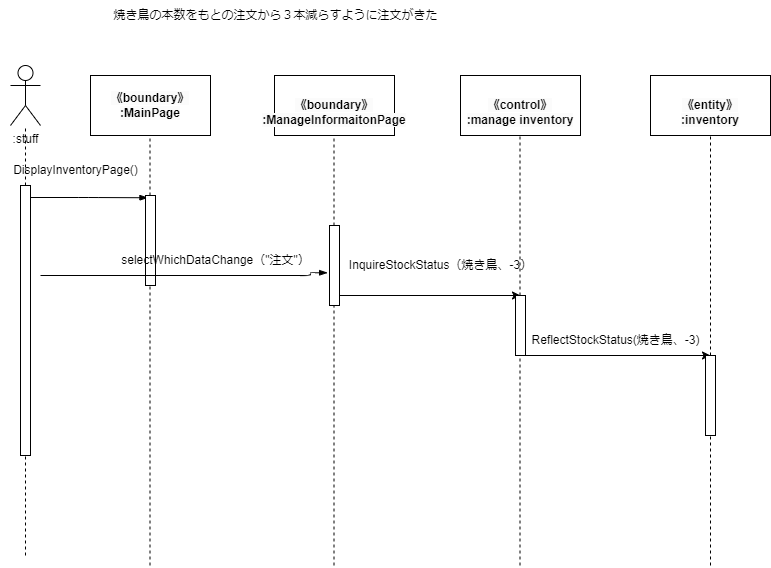
MasakiHiguchi/--- keeps this draw.io diagram as psp4/シーケンス図/シーケンス図_情報変更.drawio.png. Above is the earlier version. Source tidied: cells renumbered, new cells last; positions are measured from the earlier drawing's top-left corner, leaving out a move shared by most shapes.
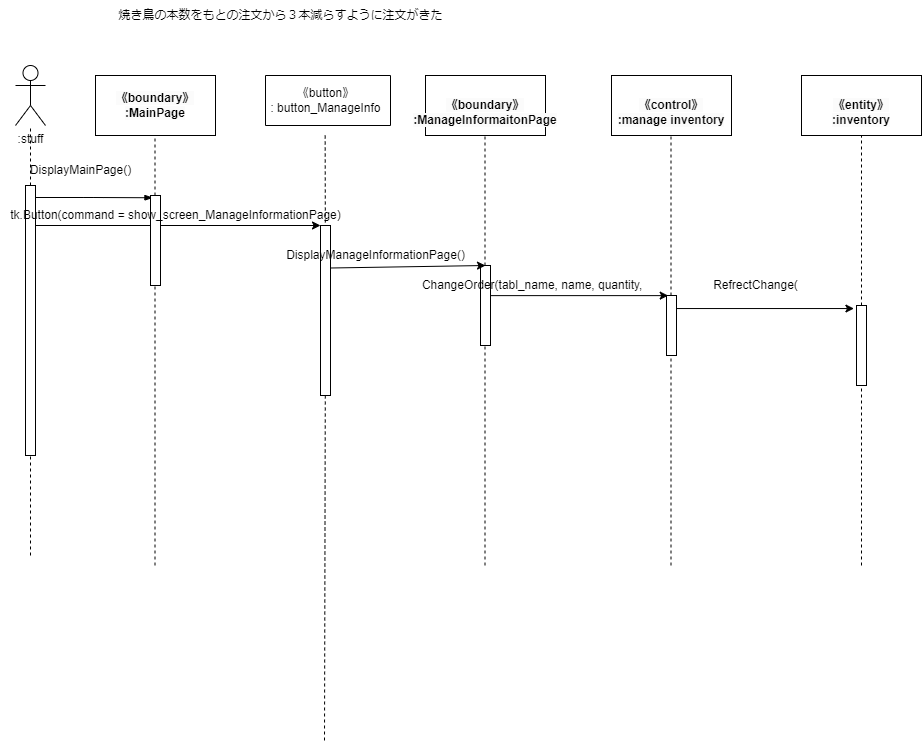
Above is the later version.

The edit, as a diff of the source:
```diff
@@ -9,13 +9,13 @@
       <mxGeometry x="90" y="75" width="120" height="60" as="geometry" />
     </mxCell>
     <mxCell id="4" value="&lt;br&gt;&lt;span style=&quot;color: rgb(0, 0, 0); font-family: Helvetica; font-size: 12px; font-style: normal; font-variant-ligatures: normal; font-variant-caps: normal; font-weight: 700; letter-spacing: normal; orphans: 2; text-align: center; text-indent: 0px; text-transform: none; widows: 2; word-spacing: 0px; -webkit-text-stroke-width: 0px; background-color: rgb(251, 251, 251); text-decoration-thickness: initial; text-decoration-style: initial; text-decoration-color: initial; float: none; display: inline !important;&quot;&gt;《boundary》&lt;/span&gt;&lt;br style=&quot;border-color: var(--border-color); color: rgb(0, 0, 0); font-family: Helvetica; font-size: 12px; font-style: normal; font-variant-ligatures: normal; font-variant-caps: normal; font-weight: 700; letter-spacing: normal; orphans: 2; text-align: center; text-indent: 0px; text-transform: none; widows: 2; word-spacing: 0px; -webkit-text-stroke-width: 0px; background-color: rgb(251, 251, 251); text-decoration-thickness: initial; text-decoration-style: initial; text-decoration-color: initial;&quot;&gt;&lt;span style=&quot;color: rgb(0, 0, 0); font-family: Helvetica; font-size: 12px; font-style: normal; font-variant-ligatures: normal; font-variant-caps: normal; font-weight: 700; letter-spacing: normal; orphans: 2; text-align: center; text-indent: 0px; text-transform: none; widows: 2; word-spacing: 0px; -webkit-text-stroke-width: 0px; background-color: rgb(251, 251, 251); text-decoration-thickness: initial; text-decoration-style: initial; text-decoration-color: initial; float: none; display: inline !important;&quot;&gt;:ManageInformaitonPage&lt;/span&gt;" style="rounded=0;whiteSpace=wrap;html=1;" parent="1" vertex="1">
-      <mxGeometry x="274" y="75" width="120" height="60" as="geometry" />
+      <mxGeometry x="420" y="75" width="120" height="60" as="geometry" />
     </mxCell>
     <mxCell id="5" value="&lt;br&gt;&lt;span style=&quot;color: rgb(0, 0, 0); font-family: Helvetica; font-size: 12px; font-style: normal; font-variant-ligatures: normal; font-variant-caps: normal; font-weight: 700; letter-spacing: normal; orphans: 2; text-align: center; text-indent: 0px; text-transform: none; widows: 2; word-spacing: 0px; -webkit-text-stroke-width: 0px; background-color: rgb(251, 251, 251); text-decoration-thickness: initial; text-decoration-style: initial; text-decoration-color: initial; float: none; display: inline !important;&quot;&gt;《control》&lt;/span&gt;&lt;br style=&quot;border-color: var(--border-color); color: rgb(0, 0, 0); font-family: Helvetica; font-size: 12px; font-style: normal; font-variant-ligatures: normal; font-variant-caps: normal; font-weight: 700; letter-spacing: normal; orphans: 2; text-align: center; text-indent: 0px; text-transform: none; widows: 2; word-spacing: 0px; -webkit-text-stroke-width: 0px; background-color: rgb(251, 251, 251); text-decoration-thickness: initial; text-decoration-style: initial; text-decoration-color: initial;&quot;&gt;&lt;span style=&quot;color: rgb(0, 0, 0); font-family: Helvetica; font-size: 12px; font-style: normal; font-variant-ligatures: normal; font-variant-caps: normal; font-weight: 700; letter-spacing: normal; orphans: 2; text-align: center; text-indent: 0px; text-transform: none; widows: 2; word-spacing: 0px; -webkit-text-stroke-width: 0px; background-color: rgb(251, 251, 251); text-decoration-thickness: initial; text-decoration-style: initial; text-decoration-color: initial; float: none; display: inline !important;&quot;&gt;:manage inventory&lt;/span&gt;&lt;br&gt;" style="rounded=0;whiteSpace=wrap;html=1;" parent="1" vertex="1">
-      <mxGeometry x="460" y="75" width="120" height="60" as="geometry" />
+      <mxGeometry x="606" y="75" width="120" height="60" as="geometry" />
     </mxCell>
     <mxCell id="6" value="&lt;br&gt;&lt;span style=&quot;color: rgb(0, 0, 0); font-family: Helvetica; font-size: 12px; font-style: normal; font-variant-ligatures: normal; font-variant-caps: normal; font-weight: 700; letter-spacing: normal; orphans: 2; text-align: center; text-indent: 0px; text-transform: none; widows: 2; word-spacing: 0px; -webkit-text-stroke-width: 0px; background-color: rgb(251, 251, 251); text-decoration-thickness: initial; text-decoration-style: initial; text-decoration-color: initial; float: none; display: inline !important;&quot;&gt;《entity》&lt;/span&gt;&lt;br style=&quot;border-color: var(--border-color); padding: 0px; margin: 0px; color: rgb(0, 0, 0); font-family: Helvetica; font-size: 12px; font-style: normal; font-variant-ligatures: normal; font-variant-caps: normal; font-weight: 700; letter-spacing: normal; orphans: 2; text-align: center; text-indent: 0px; text-transform: none; widows: 2; word-spacing: 0px; -webkit-text-stroke-width: 0px; background-color: rgb(251, 251, 251); text-decoration-thickness: initial; text-decoration-style: initial; text-decoration-color: initial;&quot;&gt;&lt;span style=&quot;color: rgb(0, 0, 0); font-family: Helvetica; font-size: 12px; font-style: normal; font-variant-ligatures: normal; font-variant-caps: normal; font-weight: 700; letter-spacing: normal; orphans: 2; text-align: center; text-indent: 0px; text-transform: none; widows: 2; word-spacing: 0px; -webkit-text-stroke-width: 0px; background-color: rgb(251, 251, 251); text-decoration-thickness: initial; text-decoration-style: initial; text-decoration-color: initial; float: none; display: inline !important;&quot;&gt;:inventory&lt;/span&gt;&lt;br&gt;" style="rounded=0;whiteSpace=wrap;html=1;" parent="1" vertex="1">
-      <mxGeometry x="650" y="75" width="120" height="60" as="geometry" />
+      <mxGeometry x="796" y="75" width="120" height="60" as="geometry" />
     </mxCell>
     <mxCell id="7" style="endArrow=none;dashed=1;html=1;startArrow=none;" parent="1" edge="1" source="13" target="2">
       <mxGeometry relative="1" as="geometry" />
@@ -27,17 +27,17 @@
     </mxCell>
     <mxCell id="9" style="endArrow=none;dashed=1;html=1;startArrow=none;" parent="1" edge="1" source="27">
       <mxGeometry relative="1" as="geometry">
-        <mxPoint x="710" y="135" as="targetPoint" />
+        <mxPoint x="856" y="135" as="targetPoint" />
       </mxGeometry>
     </mxCell>
     <mxCell id="10" style="endArrow=none;dashed=1;html=1;startArrow=none;" parent="1" edge="1" source="25">
       <mxGeometry relative="1" as="geometry">
-        <mxPoint x="519.5" y="135" as="targetPoint" />
+        <mxPoint x="665.5" y="135" as="targetPoint" />
       </mxGeometry>
     </mxCell>
     <mxCell id="11" style="endArrow=none;dashed=1;html=1;startArrow=none;" parent="1" edge="1" source="20">
       <mxGeometry relative="1" as="geometry">
-        <mxPoint x="333.5" y="135" as="targetPoint" />
+        <mxPoint x="479.5" y="135" as="targetPoint" />
       </mxGeometry>
     </mxCell>
     <mxCell id="12" style="endArrow=none;dashed=1;html=1;" parent="1" edge="1" target="13">
@@ -45,6 +45,9 @@
         <mxPoint x="25" y="555" as="sourcePoint" />
       </mxGeometry>
     </mxCell>
+    <mxCell id="31" style="edgeStyle=none;html=1;entryX=0;entryY=0;entryDx=0;entryDy=0;" parent="1" edge="1" source="13" target="39">
+      <mxGeometry relative="1" as="geometry" />
+    </mxCell>
     <mxCell id="13" style="html=1;points=[];perimeter=orthogonalPerimeter;" parent="1" vertex="1">
       <mxGeometry x="20" y="185" width="10" height="270" as="geometry" />
     </mxCell>
@@ -53,8 +56,8 @@
         <mxPoint x="30" y="197" as="sourcePoint" />
       </mxGeometry>
     </mxCell>
-    <mxCell id="15" value="DisplayInventoryPage()" style="text;html=1;align=center;verticalAlign=middle;strokeColor=none;fillColor=none;" parent="1" vertex="1">
-      <mxGeometry y="155" width="150" height="30" as="geometry" />
+    <mxCell id="15" value="DisplayMainPage()" style="text;html=1;align=center;verticalAlign=middle;strokeColor=none;fillColor=none;" parent="1" vertex="1">
+      <mxGeometry x="15" y="155" width="120" height="30" as="geometry" />
     </mxCell>
     <mxCell id="16" style="endArrow=none;dashed=1;html=1;" parent="1" edge="1" target="17">
       <mxGeometry relative="1" as="geometry">
@@ -66,57 +69,72 @@
     </mxCell>
     <mxCell id="18" style="endArrow=none;dashed=1;html=1;" parent="1" edge="1" target="20">
       <mxGeometry relative="1" as="geometry">
-        <mxPoint x="333.5" y="565" as="sourcePoint" />
+        <mxPoint x="479.5" y="565" as="sourcePoint" />
       </mxGeometry>
     </mxCell>
-    <mxCell id="19" style="edgeStyle=none;html=1;" parent="1" edge="1" source="20">
-      <mxGeometry relative="1" as="geometry">
-        <mxPoint x="520" y="295" as="targetPoint" />
-      </mxGeometry>
-    </mxCell>
+    <mxCell id="32" style="edgeStyle=none;html=1;entryX=0.171;entryY=0.002;entryDx=0;entryDy=0;entryPerimeter=0;" parent="1" edge="1" source="20" target="25">
+      <mxGeometry relative="1" as="geometry" />
+    </mxCell>
     <mxCell id="20" style="html=1;points=[];perimeter=orthogonalPerimeter;" parent="1" vertex="1">
-      <mxGeometry x="329" y="225" width="10" height="80" as="geometry" />
+      <mxGeometry x="475" y="265" width="10" height="80" as="geometry" />
     </mxCell>
-    <mxCell id="21" style="edgeStyle=elbowEdgeStyle;fontSize=12;html=1;endArrow=blockThin;endFill=1;entryX=-0.189;entryY=0.591;entryDx=0;entryDy=0;entryPerimeter=0;" parent="1" edge="1" target="20">
-      <mxGeometry relative="1" as="geometry">
-        <mxPoint x="40" y="275" as="sourcePoint" />
-        <Array as="points">
-          <mxPoint x="310" y="305" />
-        </Array>
-      </mxGeometry>
-    </mxCell>
-    <mxCell id="22" value="selectWhichDataChange（&quot;注文&quot;）" style="text;html=1;align=center;verticalAlign=middle;strokeColor=none;fillColor=none;" parent="1" vertex="1">
-      <mxGeometry x="110" y="245" width="210" height="30" as="geometry" />
-    </mxCell>
     <mxCell id="23" style="endArrow=none;dashed=1;html=1;" parent="1" edge="1" target="25">
       <mxGeometry relative="1" as="geometry">
-        <mxPoint x="519.5" y="565" as="sourcePoint" />
+        <mxPoint x="665.5" y="565" as="sourcePoint" />
       </mxGeometry>
     </mxCell>
-    <mxCell id="24" style="edgeStyle=none;html=1;" parent="1" edge="1" source="25">
-      <mxGeometry relative="1" as="geometry">
-        <mxPoint x="710" y="355" as="targetPoint" />
-      </mxGeometry>
-    </mxCell>
+    <mxCell id="33" style="edgeStyle=none;html=1;entryX=-0.257;entryY=0.038;entryDx=0;entryDy=0;entryPerimeter=0;" parent="1" edge="1" source="25" target="27">
+      <mxGeometry relative="1" as="geometry" />
+    </mxCell>
     <mxCell id="25" style="html=1;points=[];perimeter=orthogonalPerimeter;" parent="1" vertex="1">
-      <mxGeometry x="515" y="295" width="10" height="60" as="geometry" />
+      <mxGeometry x="661" y="295" width="10" height="60" as="geometry" />
     </mxCell>
     <mxCell id="26" style="endArrow=none;dashed=1;html=1;" parent="1" edge="1" target="27">
       <mxGeometry relative="1" as="geometry">
-        <mxPoint x="710" y="565" as="sourcePoint" />
+        <mxPoint x="856" y="565" as="sourcePoint" />
       </mxGeometry>
     </mxCell>
     <mxCell id="27" style="html=1;points=[];perimeter=orthogonalPerimeter;" parent="1" vertex="1">
-      <mxGeometry x="705" y="355" width="10" height="80" as="geometry" />
+      <mxGeometry x="851" y="305" width="10" height="80" as="geometry" />
     </mxCell>
-    <mxCell id="28" value="InquireStockStatus（焼き鳥、-3）" style="text;html=1;align=center;verticalAlign=middle;strokeColor=none;fillColor=none;" parent="1" vertex="1">
-      <mxGeometry x="335" y="250" width="210" height="30" as="geometry" />
-    </mxCell>
-    <mxCell id="29" value="&lt;span style=&quot;text-align: left;&quot;&gt;ReflectStockStatus(焼き鳥、-3)&lt;/span&gt;" style="text;html=1;align=center;verticalAlign=middle;strokeColor=none;fillColor=none;" parent="1" vertex="1">
-      <mxGeometry x="520" y="325" width="190" height="30" as="geometry" />
-    </mxCell>
     <mxCell id="30" value="焼き鳥の本数をもとの注文から３本減らすように注文がきた" style="text;html=1;align=center;verticalAlign=middle;strokeColor=none;fillColor=none;" parent="1" vertex="1">
       <mxGeometry x="100" width="350" height="30" as="geometry" />
     </mxCell>
+    <mxCell id="34" style="edgeStyle=none;html=1;endArrow=none;endFill=0;dashed=1;startArrow=none;" parent="1" edge="1" source="39">
+      <mxGeometry relative="1" as="geometry">
+        <mxPoint x="319" y="740.3" as="targetPoint" />
+      </mxGeometry>
+    </mxCell>
+    <mxCell id="35" style="swimlane;startSize=0;" parent="1" vertex="1">
+      <mxGeometry x="260" y="75" width="125" height="50" as="geometry" />
+    </mxCell>
+    <mxCell id="36" value="《button》&lt;br&gt;: button_ManageInfo" style="text;html=1;align=center;verticalAlign=middle;strokeColor=none;fillColor=none;" parent="35" vertex="1">
+      <mxGeometry x="-5" y="5" width="130" height="40" as="geometry" />
+    </mxCell>
+    <mxCell id="37" style="edgeStyle=none;html=1;endArrow=none;endFill=0;dashed=1;" parent="1" edge="1" target="39">
+      <mxGeometry relative="1" as="geometry">
+        <mxPoint x="319.7" y="135" as="sourcePoint" />
+      </mxGeometry>
+    </mxCell>
+    <mxCell id="38" style="edgeStyle=none;html=1;exitX=1;exitY=0.25;exitDx=0;exitDy=0;" parent="1" edge="1" source="39">
+      <mxGeometry relative="1" as="geometry">
+        <mxPoint x="480" y="265" as="targetPoint" />
+      </mxGeometry>
+    </mxCell>
+    <mxCell id="39" style="rounded=0;whiteSpace=wrap;html=1;" parent="1" vertex="1">
+      <mxGeometry x="315" y="225" width="10" height="170" as="geometry" />
+    </mxCell>
+    <mxCell id="40" value="tk.Button(command = show_screen_ManageInformationPage)" style="text;html=1;align=center;verticalAlign=middle;strokeColor=none;fillColor=none;" parent="1" vertex="1">
+      <mxGeometry x="-5" y="200" width="350" height="30" as="geometry" />
+    </mxCell>
+    <mxCell id="41" value="DisplayManageInformationPage()" style="text;html=1;align=center;verticalAlign=middle;strokeColor=none;fillColor=none;" parent="1" vertex="1">
+      <mxGeometry x="270" y="240" width="200" height="30" as="geometry" />
+    </mxCell>
+    <mxCell id="42" value="ChangeOrder(tabl_name, name, quantity,&amp;nbsp;&amp;nbsp;" style="text;html=1;align=center;verticalAlign=middle;strokeColor=none;fillColor=none;" parent="1" vertex="1">
+      <mxGeometry x="405" y="270" width="250" height="30" as="geometry" />
+    </mxCell>
+    <mxCell id="43" value="RefrectChange(" style="text;html=1;align=center;verticalAlign=middle;strokeColor=none;fillColor=none;" parent="1" vertex="1">
+      <mxGeometry x="695" y="270" width="110" height="30" as="geometry" />
+    </mxCell>
   </root>
 </mxGraphModel>
```
